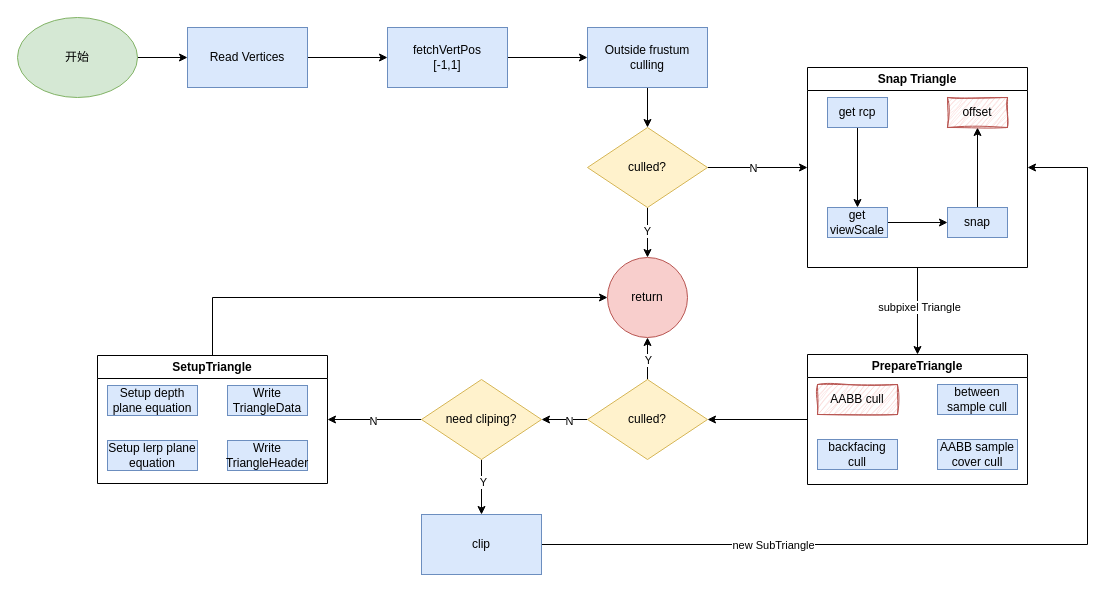
spaceboy202105/img keeps this draw.io diagram as TriangleSetup.drawio. Above is the earlier version. Source tidied: cells renumbered, new cells numbered last; positions are measured from the earlier drawing's top-left corner, leaving out a move shared by most shapes. Both pictures are drawn from the tidied source at 100%, with x=0, y=0 at pixel (17, 17).
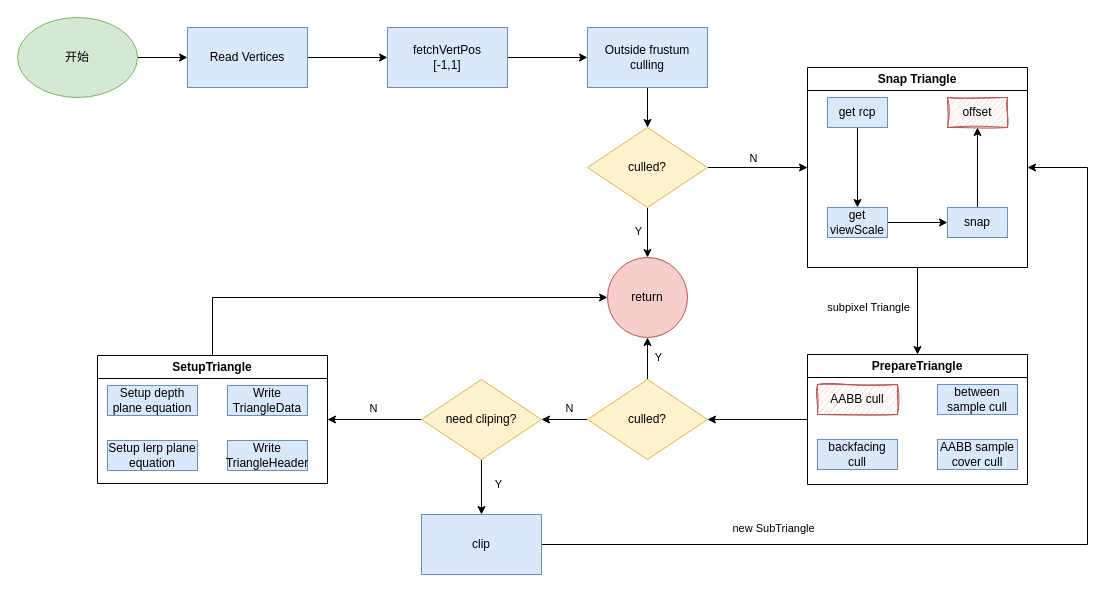
The same page after the edit.

Unchanged cells that the change refers to:
```xml
<mxCell id="10" style="edgeStyle=orthogonalEdgeStyle;rounded=0;jettySize=auto;html=1;" parent="1" edge="1" source="14" target="15">
  <mxGeometry relative="1" as="geometry" />
</mxCell>
<mxCell id="12" style="edgeStyle=orthogonalEdgeStyle;rounded=0;jettySize=auto;html=1;entryX=0;entryY=0.5;entryDx=0;entryDy=0;" parent="1" edge="1" source="14" target="18">
  <mxGeometry relative="1" as="geometry" />
</mxCell>
<mxCell id="16" style="edgeStyle=orthogonalEdgeStyle;rounded=0;jettySize=auto;html=1;exitX=0.5;exitY=1;exitDx=0;exitDy=0;entryX=0.5;entryY=0;entryDx=0;entryDy=0;" parent="1" edge="1" source="18" target="27">
  <mxGeometry relative="1" as="geometry" />
</mxCell>
<mxCell id="38" style="edgeStyle=orthogonalEdgeStyle;rounded=0;jettySize=auto;html=1;entryX=0.5;entryY=1;entryDx=0;entryDy=0;" parent="1" edge="1" source="42" target="15">
  <mxGeometry relative="1" as="geometry" />
</mxCell>
<mxCell id="40" style="edgeStyle=orthogonalEdgeStyle;rounded=0;jettySize=auto;html=1;" parent="1" edge="1" source="42" target="47">
  <mxGeometry relative="1" as="geometry" />
</mxCell>
<mxCell id="43" style="edgeStyle=orthogonalEdgeStyle;rounded=0;jettySize=auto;html=1;" parent="1" edge="1" source="47" target="50">
  <mxGeometry relative="1" as="geometry" />
</mxCell>
<mxCell id="45" style="edgeStyle=orthogonalEdgeStyle;rounded=0;jettySize=auto;html=1;exitX=0;exitY=0.5;exitDx=0;exitDy=0;entryX=1;entryY=0.5;entryDx=0;entryDy=0;" parent="1" edge="1" source="47" target="33">
  <mxGeometry relative="1" as="geometry" />
</mxCell>
<mxCell id="48" style="edgeStyle=orthogonalEdgeStyle;rounded=0;jettySize=auto;html=1;entryX=1;entryY=0.5;entryDx=0;entryDy=0;" parent="1" edge="1" source="50" target="18">
  <mxGeometry relative="1" as="geometry">
    <Array as="points">
      <mxPoint x="1070" y="527" />
      <mxPoint x="1070" y="150" />
    </Array>
  </mxGeometry>
</mxCell>
```

Change to the diagram source:
```diff
@@
-    <mxCell id="11" value="Y" style="edgeLabel;html=1;align=center;verticalAlign=middle;" parent="10" vertex="1">
-      <mxGeometry x="-0.09" y="-1" relative="1" as="geometry" />
+    <mxCell id="11" value="Y" style="edgeLabel;html=1;align=center;verticalAlign=middle;labelBackgroundColor=none;" parent="10" vertex="1">
+      <mxGeometry x="-0.09" y="-1" relative="1" as="geometry">
+        <mxPoint x="-9" as="offset" />
+      </mxGeometry>
     </mxCell>
@@
-    <mxCell id="13" value="N" style="edgeLabel;html=1;align=center;verticalAlign=middle;" parent="12" vertex="1">
-      <mxGeometry x="-0.11" relative="1" as="geometry" />
+    <mxCell id="13" value="N" style="edgeLabel;html=1;align=center;verticalAlign=middle;labelBackgroundColor=none;" parent="12" vertex="1">
+      <mxGeometry x="-0.11" relative="1" as="geometry">
+        <mxPoint y="-10" as="offset" />
+      </mxGeometry>
     </mxCell>
@@
-    <mxCell id="17" value="subpixel Triangle" style="edgeLabel;html=1;align=center;verticalAlign=middle;" parent="16" vertex="1">
-      <mxGeometry x="-0.11" y="1" relative="1" as="geometry" />
+    <mxCell id="17" value="subpixel Triangle" style="edgeLabel;html=1;align=center;verticalAlign=middle;labelBackgroundColor=none;" parent="16" vertex="1">
+      <mxGeometry x="-0.11" y="1" relative="1" as="geometry">
+        <mxPoint x="-51" as="offset" />
+      </mxGeometry>
     </mxCell>
@@
-    <mxCell id="39" value="Y" style="edgeLabel;html=1;align=center;verticalAlign=middle;" parent="38" vertex="1">
+    <mxCell id="39" value="Y" style="edgeLabel;html=1;align=center;verticalAlign=middle;labelBackgroundColor=none;" parent="38" vertex="1">
       <mxGeometry x="0.06" y="1" relative="1" as="geometry">
-        <mxPoint x="1" y="2" as="offset" />
+        <mxPoint x="11" y="-1" as="offset" />
       </mxGeometry>
     </mxCell>
@@
-    <mxCell id="41" value="N" style="edgeLabel;html=1;align=center;verticalAlign=middle;" parent="40" vertex="1">
-      <mxGeometry x="-0.18" y="1" relative="1" as="geometry" />
+    <mxCell id="41" value="N" style="edgeLabel;html=1;align=center;verticalAlign=middle;labelBackgroundColor=none;" parent="40" vertex="1">
+      <mxGeometry x="-0.18" y="1" relative="1" as="geometry">
+        <mxPoint y="-13" as="offset" />
+      </mxGeometry>
     </mxCell>
@@
-    <mxCell id="44" value="Y" style="edgeLabel;html=1;align=center;verticalAlign=middle;" parent="43" vertex="1">
-      <mxGeometry x="-0.21" y="1" relative="1" as="geometry" />
+    <mxCell id="44" value="Y" style="edgeLabel;html=1;align=center;verticalAlign=middle;labelBackgroundColor=none;" parent="43" vertex="1">
+      <mxGeometry x="-0.21" y="1" relative="1" as="geometry">
+        <mxPoint x="15" y="2" as="offset" />
+      </mxGeometry>
     </mxCell>
@@
-    <mxCell id="46" value="N" style="edgeLabel;html=1;align=center;verticalAlign=middle;" parent="45" vertex="1">
-      <mxGeometry x="0.04" y="1" relative="1" as="geometry" />
+    <mxCell id="46" value="N" style="edgeLabel;html=1;align=center;verticalAlign=middle;labelBackgroundColor=none;" parent="45" vertex="1">
+      <mxGeometry x="0.04" y="1" relative="1" as="geometry">
+        <mxPoint y="-13" as="offset" />
+      </mxGeometry>
     </mxCell>
@@
-    <mxCell id="49" value="new SubTriangle" style="edgeLabel;html=1;align=center;verticalAlign=middle;" parent="48" vertex="1">
-      <mxGeometry x="-0.53" relative="1" as="geometry" />
+    <mxCell id="49" value="new SubTriangle" style="edgeLabel;html=1;align=center;verticalAlign=middle;labelBackgroundColor=none;" parent="48" vertex="1">
+      <mxGeometry x="-0.53" relative="1" as="geometry">
+        <mxPoint y="-17" as="offset" />
+      </mxGeometry>
     </mxCell>
```
